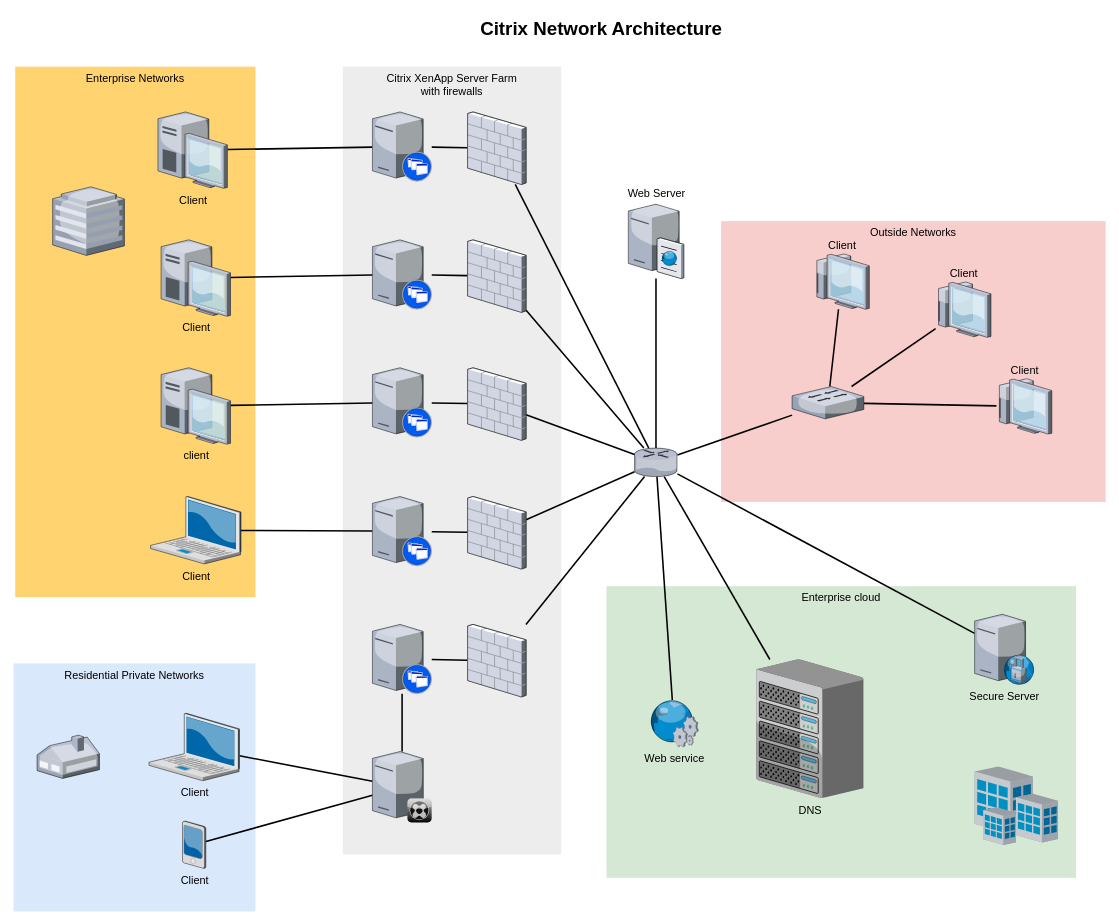
The draw.io diagram Untitled Diagram.drawio in Gizex/diagrams.draw, before the edit. Source tidied: cells renumbered, new cells numbered last; positions are measured from the earlier drawing's top-left corner, leaving out a move shared by most shapes. Both pictures are drawn from the tidied source at 78%, with x=0, y=0 at pixel (13, 13).
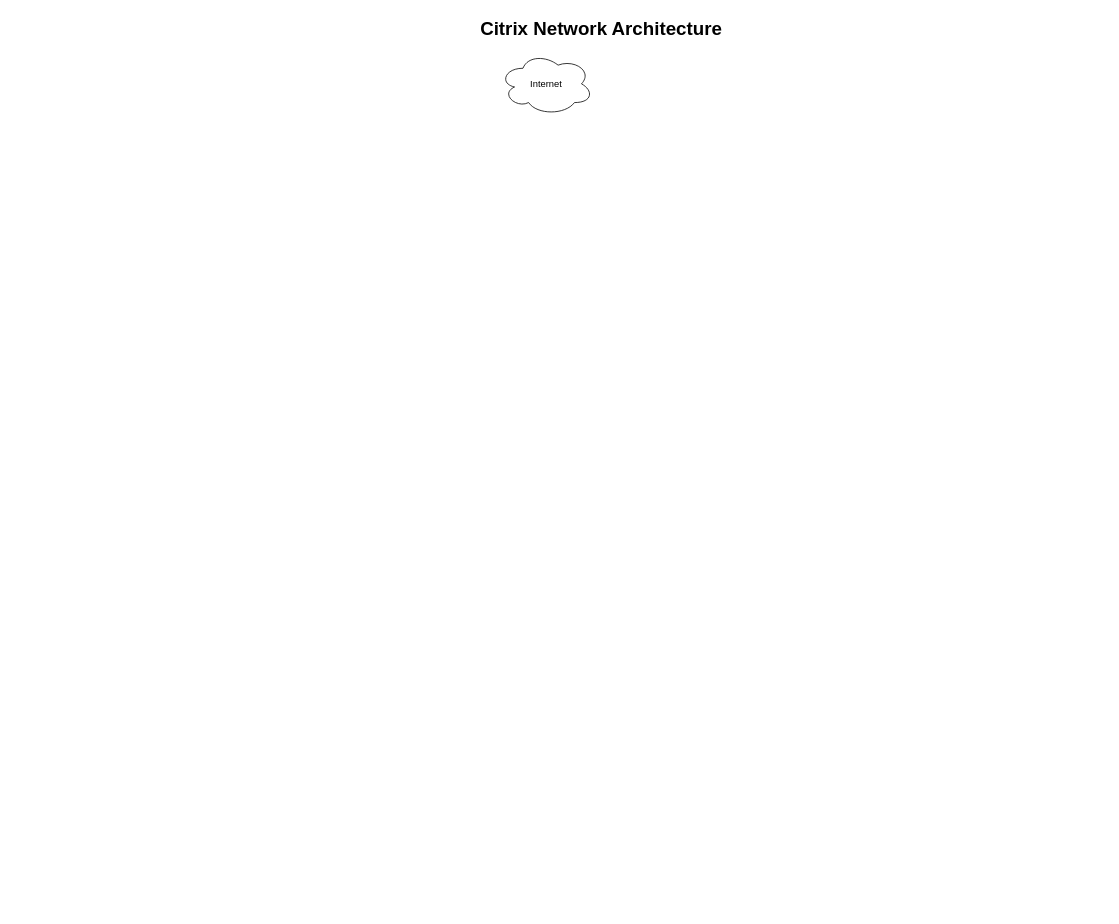
Above is the later version.

Diff of the diagram source:
```diff
@@
-    <mxCell id="2" value="Outside Networks" style="whiteSpace=wrap;html=1;fillColor=#f8cecc;fontSize=14;strokeColor=none;verticalAlign=top;" parent="1" vertex="1">
-      <mxGeometry x="907" y="266" width="493" height="360" as="geometry" />
-    </mxCell>
-    <mxCell id="3" value="Enterprise cloud" style="whiteSpace=wrap;html=1;fillColor=#d5e8d4;fontSize=14;strokeColor=none;verticalAlign=top;" parent="1" vertex="1">
-      <mxGeometry x="760" y="734" width="602" height="374" as="geometry" />
-    </mxCell>
-    <mxCell id="4" value="Citrix XenApp Server Farm&lt;div&gt;with firewalls&lt;/div&gt;" style="whiteSpace=wrap;html=1;fillColor=#EDEDED;fontSize=14;strokeColor=none;verticalAlign=top;" parent="1" vertex="1">
-      <mxGeometry x="422" y="68" width="280" height="1010" as="geometry" />
-    </mxCell>
-    <mxCell id="5" value="Residential Private Networks" style="whiteSpace=wrap;html=1;fillColor=#dae8fc;fontSize=14;strokeColor=none;verticalAlign=top;" parent="1" vertex="1">
-      <mxGeometry y="833" width="310" height="318" as="geometry" />
-    </mxCell>
-    <mxCell id="6" value="Enterprise Networks" style="whiteSpace=wrap;html=1;fillColor=#FFD470;gradientColor=none;fontSize=14;strokeColor=none;verticalAlign=top;" parent="1" vertex="1">
-      <mxGeometry x="2" y="68" width="308" height="680" as="geometry" />
-    </mxCell>
-    <mxCell id="7" style="edgeStyle=none;rounded=0;html=1;startSize=10;endSize=10;jettySize=auto;fontSize=14;endArrow=none;endFill=0;strokeWidth=2;" parent="1" edge="1" source="8" target="35">
-      <mxGeometry relative="1" as="geometry" />
-    </mxCell>
-    <mxCell id="8" value="Client" style="verticalLabelPosition=bottom;html=1;verticalAlign=top;strokeColor=none;shape=mxgraph.citrix.laptop_2;fillColor=#66B2FF;gradientColor=#0066CC;fontSize=14;" parent="1" vertex="1">
-      <mxGeometry x="173.5" y="897" width="116" height="86.5" as="geometry" />
-    </mxCell>
-    <mxCell id="9" style="edgeStyle=none;rounded=0;html=1;startSize=10;endSize=10;jettySize=auto;fontSize=14;endArrow=none;endFill=0;strokeWidth=2;" parent="1" edge="1" source="10" target="22">
-      <mxGeometry relative="1" as="geometry" />
-    </mxCell>
-    <mxCell id="10" value="Client" style="verticalLabelPosition=bottom;html=1;verticalAlign=top;strokeColor=none;shape=mxgraph.citrix.laptop_2;fillColor=#66B2FF;gradientColor=#0066CC;fontSize=14;" parent="1" vertex="1">
-      <mxGeometry x="175.5" y="619" width="116" height="86.5" as="geometry" />
-    </mxCell>
-    <mxCell id="11" style="edgeStyle=none;rounded=0;html=1;startSize=10;endSize=10;jettySize=auto;fontSize=14;endArrow=none;endFill=0;strokeWidth=2;" parent="1" edge="1" source="12" target="24">
-      <mxGeometry relative="1" as="geometry" />
-    </mxCell>
-    <mxCell id="12" value="client" style="verticalLabelPosition=bottom;html=1;verticalAlign=top;strokeColor=none;shape=mxgraph.citrix.desktop;fillColor=#66B2FF;gradientColor=#0066CC;fontSize=14;" parent="1" vertex="1">
-      <mxGeometry x="189" y="454" width="89" height="98" as="geometry" />
-    </mxCell>
-    <mxCell id="13" style="edgeStyle=none;rounded=0;html=1;startSize=10;endSize=10;jettySize=auto;fontSize=14;endArrow=none;endFill=0;strokeWidth=2;" parent="1" edge="1" source="14" target="26">
-      <mxGeometry relative="1" as="geometry" />
-    </mxCell>
-    <mxCell id="14" value="Client" style="verticalLabelPosition=bottom;html=1;verticalAlign=top;strokeColor=none;shape=mxgraph.citrix.desktop;fillColor=#66B2FF;gradientColor=#0066CC;fontSize=14;" parent="1" vertex="1">
-      <mxGeometry x="189" y="290" width="89" height="98" as="geometry" />
-    </mxCell>
-    <mxCell id="15" style="edgeStyle=none;rounded=0;html=1;startSize=10;endSize=10;jettySize=auto;fontSize=14;endArrow=none;endFill=0;strokeWidth=2;" parent="1" edge="1" source="16" target="28">
-      <mxGeometry relative="1" as="geometry" />
-    </mxCell>
-    <mxCell id="16" value="Client" style="verticalLabelPosition=bottom;html=1;verticalAlign=top;strokeColor=none;shape=mxgraph.citrix.desktop;fillColor=#66B2FF;gradientColor=#0066CC;fontSize=14;" parent="1" vertex="1">
-      <mxGeometry x="185" y="126" width="89" height="98" as="geometry" />
-    </mxCell>
-    <mxCell id="17" style="edgeStyle=none;rounded=0;html=1;startSize=10;endSize=10;jettySize=auto;fontSize=14;endArrow=none;endFill=0;strokeWidth=2;" parent="1" edge="1" source="18" target="35">
-      <mxGeometry relative="1" as="geometry" />
-    </mxCell>
-    <mxCell id="18" value="Client" style="verticalLabelPosition=bottom;html=1;verticalAlign=top;strokeColor=none;shape=mxgraph.citrix.pda;fillColor=#66B2FF;gradientColor=#0066CC;fontSize=14;" parent="1" vertex="1">
-      <mxGeometry x="216.5" y="1035" width="30" height="61" as="geometry" />
-    </mxCell>
-    <mxCell id="19" style="edgeStyle=none;rounded=0;html=1;startSize=10;endSize=10;jettySize=auto;fontSize=14;endArrow=none;endFill=0;strokeWidth=2;" parent="1" edge="1" source="20" target="47">
-      <mxGeometry relative="1" as="geometry" />
-    </mxCell>
-    <mxCell id="20" style="verticalLabelPosition=bottom;html=1;verticalAlign=top;strokeColor=none;shape=mxgraph.citrix.xenapp_server;fillColor=#66B2FF;gradientColor=#0066CC;fontSize=14;" parent="1" vertex="1">
-      <mxGeometry x="460" y="783" width="76" height="89" as="geometry" />
-    </mxCell>
-    <mxCell id="21" style="edgeStyle=none;rounded=0;html=1;startSize=10;endSize=10;jettySize=auto;fontSize=14;endArrow=none;endFill=0;strokeWidth=2;" parent="1" edge="1" source="22" target="45">
-      <mxGeometry relative="1" as="geometry" />
-    </mxCell>
-    <mxCell id="22" style="verticalLabelPosition=bottom;html=1;verticalAlign=top;strokeColor=none;shape=mxgraph.citrix.xenapp_server;fillColor=#66B2FF;gradientColor=#0066CC;fontSize=14;" parent="1" vertex="1">
-      <mxGeometry x="460" y="619" width="76" height="89" as="geometry" />
-    </mxCell>
-    <mxCell id="23" style="edgeStyle=none;rounded=0;html=1;startSize=10;endSize=10;jettySize=auto;fontSize=14;endArrow=none;endFill=0;strokeWidth=2;" parent="1" edge="1" source="24" target="43">
-      <mxGeometry relative="1" as="geometry" />
-    </mxCell>
-    <mxCell id="24" style="verticalLabelPosition=bottom;html=1;verticalAlign=top;strokeColor=none;shape=mxgraph.citrix.xenapp_server;fillColor=#66B2FF;gradientColor=#0066CC;fontSize=14;" parent="1" vertex="1">
-      <mxGeometry x="460" y="454" width="76" height="89" as="geometry" />
-    </mxCell>
-    <mxCell id="25" style="edgeStyle=none;rounded=0;html=1;startSize=10;endSize=10;jettySize=auto;fontSize=14;endArrow=none;endFill=0;strokeWidth=2;" parent="1" edge="1" source="26" target="41">
-      <mxGeometry relative="1" as="geometry" />
-    </mxCell>
-    <mxCell id="26" style="verticalLabelPosition=bottom;html=1;verticalAlign=top;strokeColor=none;shape=mxgraph.citrix.xenapp_server;fillColor=#66B2FF;gradientColor=#0066CC;fontSize=14;" parent="1" vertex="1">
-      <mxGeometry x="460" y="290" width="76" height="89" as="geometry" />
-    </mxCell>
-    <mxCell id="27" style="edgeStyle=none;rounded=0;html=1;startSize=10;endSize=10;jettySize=auto;fontSize=14;endArrow=none;endFill=0;strokeWidth=2;" parent="1" edge="1" source="28" target="39">
-      <mxGeometry relative="1" as="geometry" />
-    </mxCell>
-    <mxCell id="28" style="verticalLabelPosition=bottom;html=1;verticalAlign=top;strokeColor=none;shape=mxgraph.citrix.xenapp_server;fillColor=#66B2FF;gradientColor=#0066CC;fontSize=14;" parent="1" vertex="1">
-      <mxGeometry x="460" y="126" width="76" height="89" as="geometry" />
-    </mxCell>
-    <mxCell id="29" style="edgeStyle=none;rounded=0;html=1;startSize=10;endSize=10;jettySize=auto;fontSize=14;endArrow=none;endFill=0;strokeWidth=2;" parent="1" edge="1" source="33" target="37">
-      <mxGeometry relative="1" as="geometry" />
-    </mxCell>
-    <mxCell id="30" style="edgeStyle=none;rounded=0;html=1;startSize=10;endSize=10;jettySize=auto;fontSize=14;endArrow=none;endFill=0;strokeWidth=2;" parent="1" edge="1" source="33" target="36">
-      <mxGeometry relative="1" as="geometry" />
-    </mxCell>
-    <mxCell id="31" style="edgeStyle=none;rounded=0;html=1;startSize=10;endSize=10;jettySize=auto;fontSize=14;endArrow=none;endFill=0;strokeWidth=2;" parent="1" edge="1" source="33" target="54">
-      <mxGeometry relative="1" as="geometry" />
-    </mxCell>
-    <mxCell id="32" style="edgeStyle=none;rounded=0;html=1;startSize=10;endSize=10;jettySize=auto;fontSize=14;endArrow=none;endFill=0;strokeWidth=2;" parent="1" edge="1" source="33" target="50">
-      <mxGeometry relative="1" as="geometry" />
-    </mxCell>
-    <mxCell id="33" style="verticalLabelPosition=bottom;html=1;verticalAlign=top;strokeColor=none;shape=mxgraph.citrix.router;fillColor=#66B2FF;gradientColor=#0066CC;fontSize=14;" parent="1" vertex="1">
-      <mxGeometry x="796" y="557" width="55" height="36.5" as="geometry" />
-    </mxCell>
-    <mxCell id="34" style="edgeStyle=none;rounded=0;html=1;startSize=10;endSize=10;jettySize=auto;fontSize=14;endArrow=none;endFill=0;strokeWidth=2;" parent="1" edge="1" source="35" target="20">
-      <mxGeometry relative="1" as="geometry" />
-    </mxCell>
-    <mxCell id="35" style="verticalLabelPosition=bottom;html=1;verticalAlign=top;strokeColor=none;shape=mxgraph.citrix.xenclient_synchronizer;fillColor=#CCCCCC;gradientColor=#000000;gradientDirection=south;fontSize=14;" parent="1" vertex="1">
-      <mxGeometry x="460" y="946" width="76" height="91" as="geometry" />
-    </mxCell>
-    <mxCell id="36" value="Web Server" style="verticalLabelPosition=top;html=1;verticalAlign=bottom;strokeColor=none;shape=mxgraph.citrix.cache_server;fillColor=#66B2FF;gradientColor=#0066CC;fontSize=14;labelPosition=center;align=center;" parent="1" vertex="1">
-      <mxGeometry x="788" y="242" width="71" height="97.5" as="geometry" />
-    </mxCell>
-    <mxCell id="37" value="DNS" style="verticalLabelPosition=bottom;html=1;verticalAlign=top;strokeColor=none;shape=mxgraph.citrix.chassis;fillColor=#66B2FF;gradientColor=#0066CC;fontSize=14;" parent="1" vertex="1">
-      <mxGeometry x="952" y="828" width="137.5" height="177.5" as="geometry" />
-    </mxCell>
-    <mxCell id="38" style="edgeStyle=none;rounded=0;html=1;startSize=10;endSize=10;jettySize=auto;fontSize=14;endArrow=none;endFill=0;strokeWidth=2;" parent="1" edge="1" source="39" target="33">
-      <mxGeometry relative="1" as="geometry" />
-    </mxCell>
-    <mxCell id="39" style="verticalLabelPosition=bottom;html=1;verticalAlign=top;strokeColor=none;shape=mxgraph.citrix.firewall;fillColor=#66B2FF;gradientColor=#0066CC;fontSize=14;" parent="1" vertex="1">
-      <mxGeometry x="582" y="126" width="75" height="93" as="geometry" />
-    </mxCell>
-    <mxCell id="40" style="edgeStyle=none;rounded=0;html=1;startSize=10;endSize=10;jettySize=auto;fontSize=14;endArrow=none;endFill=0;strokeWidth=2;" parent="1" edge="1" source="41" target="33">
-      <mxGeometry relative="1" as="geometry" />
-    </mxCell>
-    <mxCell id="41" style="verticalLabelPosition=bottom;html=1;verticalAlign=top;strokeColor=none;shape=mxgraph.citrix.firewall;fillColor=#66B2FF;gradientColor=#0066CC;fontSize=14;" parent="1" vertex="1">
-      <mxGeometry x="582" y="290" width="75" height="93" as="geometry" />
-    </mxCell>
-    <mxCell id="42" style="edgeStyle=none;rounded=0;html=1;startSize=10;endSize=10;jettySize=auto;fontSize=14;endArrow=none;endFill=0;strokeWidth=2;" parent="1" edge="1" source="43" target="33">
-      <mxGeometry relative="1" as="geometry" />
-    </mxCell>
-    <mxCell id="43" style="verticalLabelPosition=bottom;html=1;verticalAlign=top;strokeColor=none;shape=mxgraph.citrix.firewall;fillColor=#66B2FF;gradientColor=#0066CC;fontSize=14;" parent="1" vertex="1">
-      <mxGeometry x="582" y="454" width="75" height="93" as="geometry" />
-    </mxCell>
-    <mxCell id="44" style="edgeStyle=none;rounded=0;html=1;startSize=10;endSize=10;jettySize=auto;fontSize=14;endArrow=none;endFill=0;strokeWidth=2;" parent="1" edge="1" source="45" target="33">
-      <mxGeometry relative="1" as="geometry" />
-    </mxCell>
-    <mxCell id="45" style="verticalLabelPosition=bottom;html=1;verticalAlign=top;strokeColor=none;shape=mxgraph.citrix.firewall;fillColor=#66B2FF;gradientColor=#0066CC;fontSize=14;" parent="1" vertex="1">
-      <mxGeometry x="582" y="619" width="75" height="93" as="geometry" />
-    </mxCell>
-    <mxCell id="46" style="edgeStyle=none;rounded=0;html=1;startSize=10;endSize=10;jettySize=auto;fontSize=14;endArrow=none;endFill=0;strokeWidth=2;" parent="1" edge="1" source="47" target="33">
-      <mxGeometry relative="1" as="geometry" />
-    </mxCell>
-    <mxCell id="47" style="verticalLabelPosition=bottom;html=1;verticalAlign=top;strokeColor=none;shape=mxgraph.citrix.firewall;fillColor=#66B2FF;gradientColor=#0066CC;fontSize=14;" parent="1" vertex="1">
-      <mxGeometry x="582" y="783" width="75" height="93" as="geometry" />
-    </mxCell>
-    <mxCell id="48" style="verticalLabelPosition=bottom;html=1;verticalAlign=top;strokeColor=none;shape=mxgraph.citrix.home_office;fillColor=#66B2FF;gradientColor=#0066CC;fontSize=14;" parent="1" vertex="1">
-      <mxGeometry x="30" y="925" width="80" height="55.5" as="geometry" />
-    </mxCell>
-    <mxCell id="49" style="verticalLabelPosition=bottom;html=1;verticalAlign=top;strokeColor=none;shape=mxgraph.citrix.hq_enterprise;fillColor=#66B2FF;gradientColor=#0066CC;fontSize=14;" parent="1" vertex="1">
-      <mxGeometry x="50" y="222" width="92" height="88" as="geometry" />
-    </mxCell>
-    <mxCell id="50" value="Secure Server" style="verticalLabelPosition=bottom;html=1;verticalAlign=top;strokeColor=none;shape=mxgraph.citrix.proxy_server;fillColor=#66B2FF;gradientColor=#0066CC;fontSize=14;" parent="1" vertex="1">
-      <mxGeometry x="1232" y="770" width="76.5" height="90" as="geometry" />
-    </mxCell>
-    <mxCell id="51" style="edgeStyle=none;rounded=0;html=1;startSize=10;endSize=10;jettySize=auto;fontSize=14;endArrow=none;endFill=0;strokeWidth=2;" parent="1" edge="1" source="54" target="57">
-      <mxGeometry relative="1" as="geometry" />
-    </mxCell>
-    <mxCell id="52" style="edgeStyle=none;rounded=0;html=1;startSize=10;endSize=10;jettySize=auto;fontSize=14;endArrow=none;endFill=0;strokeWidth=2;" parent="1" edge="1" source="54" target="56">
-      <mxGeometry relative="1" as="geometry" />
-    </mxCell>
-    <mxCell id="53" style="edgeStyle=none;rounded=0;html=1;startSize=10;endSize=10;jettySize=auto;fontSize=14;endArrow=none;endFill=0;strokeWidth=2;" parent="1" edge="1" source="54" target="55">
-      <mxGeometry relative="1" as="geometry" />
-    </mxCell>
-    <mxCell id="54" style="verticalLabelPosition=bottom;html=1;verticalAlign=top;strokeColor=none;shape=mxgraph.citrix.switch;fillColor=#66B2FF;gradientColor=#0066CC;fontSize=14;" parent="1" vertex="1">
-      <mxGeometry x="998" y="478" width="92" height="41.5" as="geometry" />
-    </mxCell>
-    <mxCell id="55" value="Client" style="verticalLabelPosition=top;html=1;verticalAlign=bottom;strokeColor=none;shape=mxgraph.citrix.thin_client;fillColor=#66B2FF;gradientColor=#0066CC;fontSize=14;labelPosition=center;align=center;" parent="1" vertex="1">
-      <mxGeometry x="1260" y="468" width="71" height="71" as="geometry" />
-    </mxCell>
-    <mxCell id="56" value="Client" style="verticalLabelPosition=top;html=1;verticalAlign=bottom;strokeColor=none;shape=mxgraph.citrix.thin_client;fillColor=#66B2FF;gradientColor=#0066CC;fontSize=14;labelPosition=center;align=center;" parent="1" vertex="1">
-      <mxGeometry x="1182" y="344" width="71" height="71" as="geometry" />
-    </mxCell>
-    <mxCell id="57" value="Client" style="verticalLabelPosition=top;html=1;verticalAlign=bottom;strokeColor=none;shape=mxgraph.citrix.thin_client;fillColor=#66B2FF;gradientColor=#0066CC;fontSize=14;labelPosition=center;align=center;" parent="1" vertex="1">
-      <mxGeometry x="1026" y="308" width="71" height="71" as="geometry" />
-    </mxCell>
-    <mxCell id="58" style="edgeStyle=none;rounded=0;html=1;startSize=10;endSize=10;jettySize=auto;fontSize=14;endArrow=none;endFill=0;strokeWidth=2;" parent="1" edge="1" source="59" target="33">
-      <mxGeometry relative="1" as="geometry" />
-    </mxCell>
-    <mxCell id="59" value="Web service" style="verticalLabelPosition=bottom;html=1;verticalAlign=top;strokeColor=none;shape=mxgraph.citrix.web_service;fillColor=#66B2FF;gradientColor=#0066CC;fontSize=14;" parent="1" vertex="1">
-      <mxGeometry x="815" y="880" width="63" height="60" as="geometry" />
-    </mxCell>
-    <mxCell id="60" style="verticalLabelPosition=bottom;html=1;verticalAlign=top;strokeColor=none;shape=mxgraph.citrix.site;fillColor=#66B2FF;gradientColor=#0066CC;fontSize=14;" parent="1" vertex="1">
-      <mxGeometry x="1232" y="965" width="107" height="101" as="geometry" />
-    </mxCell>
@@
+    <mxCell id="62" value="Internet" style="ellipse;shape=cloud;whiteSpace=wrap;html=1;" parent="1" vertex="1">
+      <mxGeometry x="623" y="50" width="120" height="80" as="geometry" />
+    </mxCell>
```
